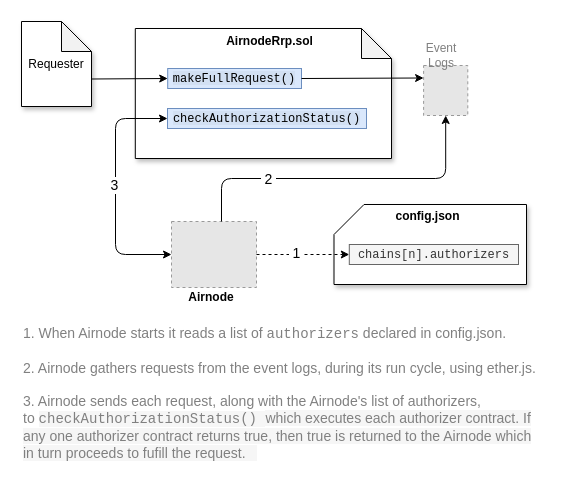
Earlier version of the draw.io diagram docs/airnode/next/assets/diagrams/concepts-authorizers.drawio (api3dao/old-api3-docs). Source tidied: cells renumbered, new cells numbered last; positions are measured from the earlier drawing's top-left corner, leaving out a move shared by most shapes. Both pictures are drawn from the tidied source at 100%, with x=0, y=0 at pixel (21, 21). Pictures stored in the file or linked from it are replaced by grey dashed boxes.
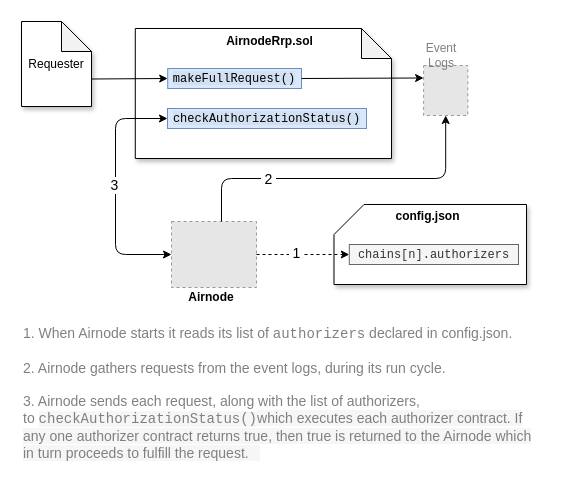
Above is the later version.

Commit message (it also covers changes not shown here):
Grammar change to diagram

The edit, as a diff of the source:
```diff
@@
-    <mxCell id="17" value="&lt;font style=&quot;font-size: 14px&quot; color=&quot;#808080&quot;&gt;&lt;font style=&quot;font-size: 14px&quot;&gt;1. When Airnode starts it reads a list of &lt;font face=&quot;Courier New&quot;&gt;authorizers&lt;/font&gt; declared in config.json.&lt;br&gt;&lt;br&gt;2. Airnode gathers requests from the event logs, during its run cycle, using ether.js.&lt;br&gt;&lt;br&gt;3. Airnode sends each request, along with the Airnode's list of authorizers,&amp;nbsp; to&amp;nbsp;&lt;/font&gt;&lt;span style=&quot;font-family: &amp;#34;courier new&amp;#34; ; background-color: rgba(29 , 28 , 29 , 0.04)&quot;&gt;checkAuthorizationStatus()&amp;nbsp;&lt;/span&gt;&lt;span style=&quot;background-color: rgba(29 , 28 , 29 , 0.04)&quot;&gt;which&amp;nbsp;&lt;/span&gt;&lt;span style=&quot;background-color: rgba(29 , 28 , 29 , 0.04)&quot;&gt;&lt;font style=&quot;font-size: 14px&quot;&gt;executes&amp;nbsp;&lt;/font&gt;&lt;/span&gt;&lt;span style=&quot;background-color: rgba(29 , 28 , 29 , 0.04)&quot;&gt;&lt;font style=&quot;font-size: 14px&quot;&gt;each authorizer contract. If any one authorizer contract returns true, then true is returned to the Airnode which in turn proceeds to fufill the request.&amp;nbsp; &amp;nbsp;&lt;/font&gt;&lt;/span&gt;&lt;/font&gt;&lt;font style=&quot;font-size: 14px&quot; color=&quot;#808080&quot;&gt;&lt;br&gt;&lt;/font&gt;" style="text;html=1;strokeColor=none;fillColor=none;align=left;verticalAlign=top;whiteSpace=wrap;rounded=0;shadow=1;sketch=0;" parent="1" vertex="1">
+    <mxCell id="17" value="&lt;font style=&quot;font-size: 14px&quot; color=&quot;#808080&quot;&gt;&lt;font style=&quot;font-size: 14px&quot;&gt;1. When Airnode starts it reads its list of &lt;font face=&quot;Courier New&quot;&gt;authorizers&lt;/font&gt; declared in config.json.&lt;br&gt;&lt;br&gt;2. Airnode gathers requests from the event logs, during its run cycle.&lt;br&gt;&lt;br&gt;3. Airnode sends each request, along with the list of authorizers,&amp;nbsp; to&amp;nbsp;&lt;/font&gt;&lt;span style=&quot;font-family: &amp;#34;courier new&amp;#34; ; background-color: rgba(29 , 28 , 29 , 0.04)&quot;&gt;checkAuthorizationStatus()&lt;/span&gt;&lt;span style=&quot;background-color: rgba(29 , 28 , 29 , 0.04)&quot;&gt;which&amp;nbsp;&lt;/span&gt;&lt;span style=&quot;background-color: rgba(29 , 28 , 29 , 0.04)&quot;&gt;&lt;font style=&quot;font-size: 14px&quot;&gt;executes&amp;nbsp;&lt;/font&gt;&lt;/span&gt;&lt;span style=&quot;background-color: rgba(29 , 28 , 29 , 0.04)&quot;&gt;&lt;font style=&quot;font-size: 14px&quot;&gt;each authorizer contract. If any one authorizer contract returns true, then true is returned to the Airnode which in turn proceeds to fulfill the request.&amp;nbsp; &amp;nbsp;&lt;/font&gt;&lt;/span&gt;&lt;/font&gt;&lt;font style=&quot;font-size: 14px&quot; color=&quot;#808080&quot;&gt;&lt;br&gt;&lt;/font&gt;" style="text;html=1;strokeColor=none;fillColor=none;align=left;verticalAlign=top;whiteSpace=wrap;rounded=0;shadow=1;sketch=0;" parent="1" vertex="1">
       <mxGeometry y="297" width="520" height="150" as="geometry" />
     </mxCell>
```
